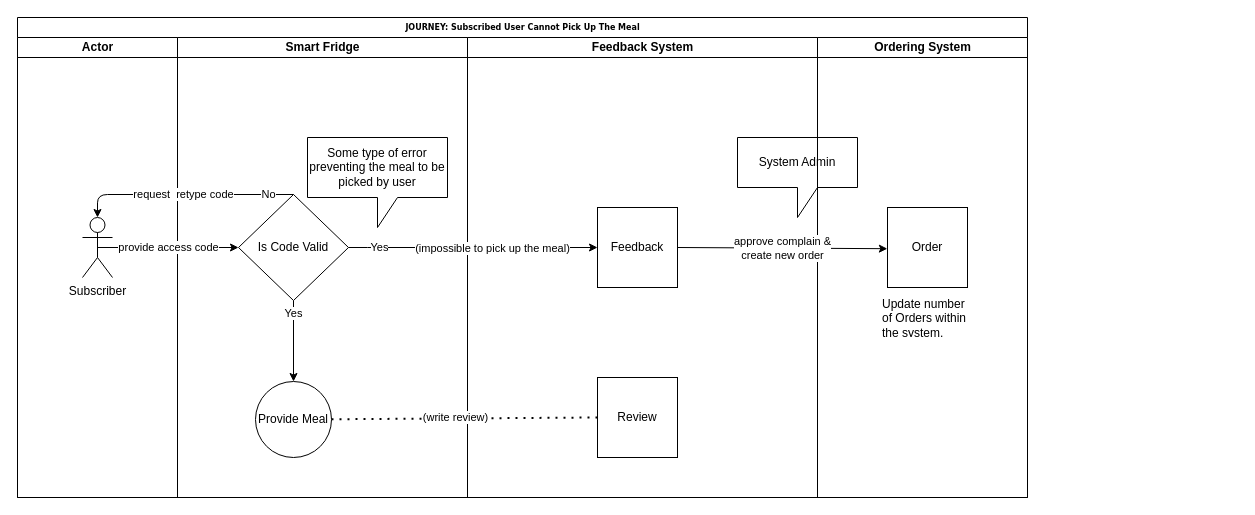
ldynia/archcolider keeps this draw.io diagram as img/user journey/Error - Subscriber.drawio. Above is the earlier version. Source tidied: cells renumbered, new cells numbered last; positions are measured from the earlier drawing's top-left corner, leaving out a move shared by most shapes. Both pictures are drawn from the tidied source at 100%, with x=0, y=0 at pixel (17, 17).
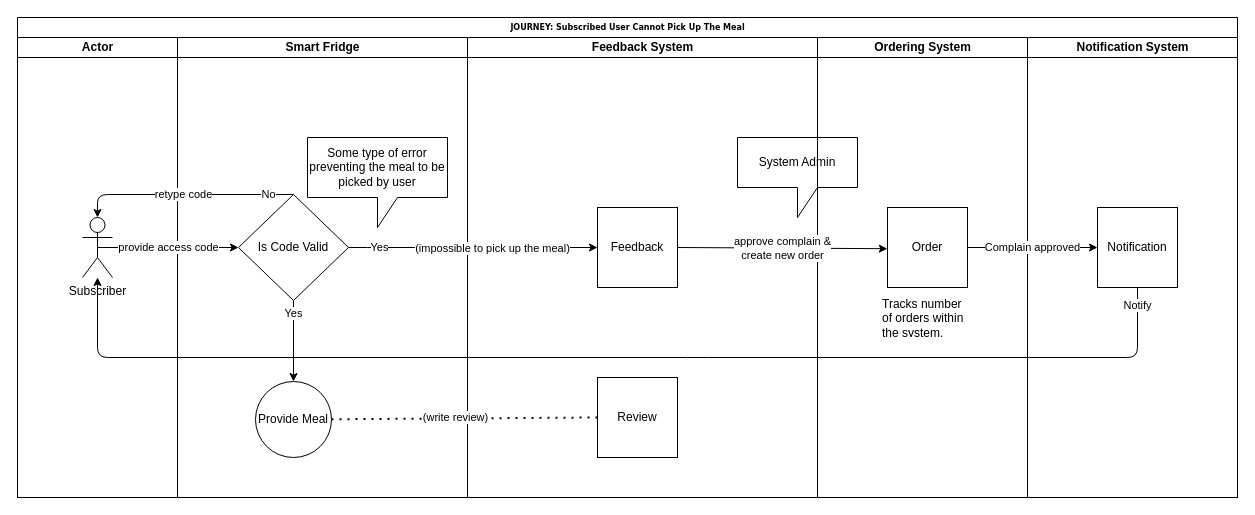
The same diagram, later.

Unchanged cells that the change refers to:
```xml
<mxCell id="4" value="&lt;div&gt;Subscriber&lt;/div&gt;" style="shape=umlActor;verticalLabelPosition=bottom;verticalAlign=top;html=1;outlineConnect=0;" parent="3" vertex="1">
  <mxGeometry x="65" y="180" width="30" height="60" as="geometry" />
</mxCell>
<mxCell id="6" value="Is Code Valid" style="rhombus;whiteSpace=wrap;html=1;" parent="5" vertex="1">
  <mxGeometry x="61" y="157" width="110" height="106" as="geometry" />
</mxCell>
<mxCell id="14" value="Ordering System" style="swimlane;html=1;startSize=20;" parent="2" vertex="1">
  <mxGeometry x="800" y="20" width="210" height="460" as="geometry" />
</mxCell>
<mxCell id="15" value="Order" style="whiteSpace=wrap;html=1;" parent="14" vertex="1">
  <mxGeometry x="70" y="170" width="80" height="80" as="geometry" />
</mxCell>
```

The edit, as a diff of the source:
```diff
@@
     <mxCell id="2" value="JOURNEY: Subscribed User Cannot Pick Up The Meal" style="swimlane;html=1;startSize=20;rounded=0;shadow=0;labelBackgroundColor=none;strokeWidth=1;fontFamily=Verdana;fontSize=8;align=center;" parent="1" vertex="1">
-      <mxGeometry width="1010" height="480" as="geometry" />
+      <mxGeometry width="1220" height="480" as="geometry" />
     </mxCell>
@@
-    <mxCell id="16" value="Update number of Orders within the system. " style="text;html=1;strokeColor=none;fillColor=none;spacing=5;spacingTop=-20;whiteSpace=wrap;overflow=hidden;rounded=0;" parent="14" vertex="1">
+    <mxCell id="16" value="Tracks number of orders within the system. " style="text;html=1;strokeColor=none;fillColor=none;spacing=5;spacingTop=-20;whiteSpace=wrap;overflow=hidden;rounded=0;" parent="14" vertex="1">
       <mxGeometry x="60" y="270" width="100" height="30" as="geometry" />
     </mxCell>
@@
-    <mxCell id="22" value="request&amp;nbsp; retype code" style="endArrow=classic;html=1;exitX=0.5;exitY=0;exitDx=0;exitDy=0;" parent="2" edge="1" source="6" target="4">
+    <mxCell id="22" value="retype code" style="endArrow=classic;html=1;exitX=0.5;exitY=0;exitDx=0;exitDy=0;" parent="2" edge="1" source="6" target="4">
       <mxGeometry relative="1" as="geometry">
         <Array as="points">
           <mxPoint x="80" y="177" />
         </Array>
       </mxGeometry>
     </mxCell>
@@
+    <mxCell id="24" value="Notification System" style="swimlane;html=1;startSize=20;" parent="1" vertex="1">
+      <mxGeometry x="1010" y="20" width="210" height="460" as="geometry" />
+    </mxCell>
+    <mxCell id="25" value="Notification" style="whiteSpace=wrap;html=1;" parent="24" vertex="1">
+      <mxGeometry x="70" y="170" width="80" height="80" as="geometry" />
+    </mxCell>
+    <mxCell id="26" value="Complain approved" style="endArrow=classic;html=1;entryX=0;entryY=0.5;entryDx=0;entryDy=0;" parent="1" edge="1" source="15" target="25">
+      <mxGeometry relative="1" as="geometry" />
+    </mxCell>
+    <mxCell id="27" value="Notify" style="endArrow=classic;html=1;exitX=0.5;exitY=1;exitDx=0;exitDy=0;" parent="1" edge="1" source="25" target="4">
+      <mxGeometry x="-0.97" relative="1" as="geometry">
+        <Array as="points">
+          <mxPoint x="1120" y="340" />
+          <mxPoint x="680" y="340" />
+          <mxPoint x="80" y="340" />
+        </Array>
+      </mxGeometry>
+    </mxCell>
```
